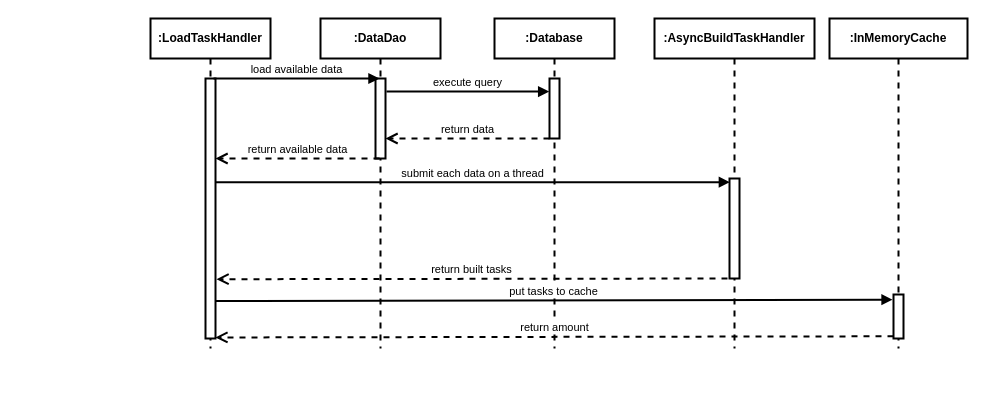
Above: page "Load Task" (1 of 4) of Untitled Diagram.drawio in minhtran-q/documents (draw.io), before the change. Source tidied: cells renumbered, new cells numbered last; positions are measured from the earlier drawing's top-left corner, leaving out a move shared by most shapes. Both pictures are drawn from the tidied source at 100%, with x=0, y=0 at pixel (150, 18).
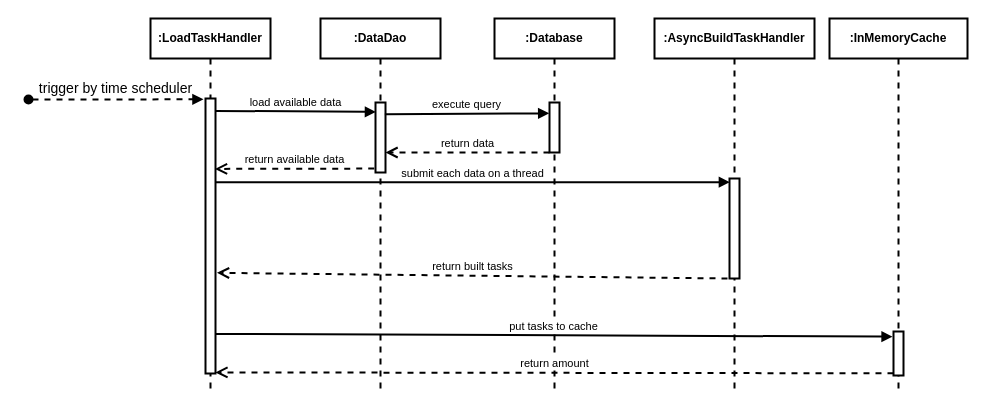
Above is the later version.

The change refers to these unchanged cells:
```xml
<mxCell id="7" style="html=1;points=[];perimeter=orthogonalPerimeter;strokeWidth=2;" parent="6" vertex="1">
  <mxGeometry x="75" y="160" width="10" height="100" as="geometry" />
</mxCell>
```

Diff of the diagram source:
```diff
@@
     <mxCell id="2" value=":LoadTaskHandler" style="shape=umlLifeline;perimeter=lifelinePerimeter;whiteSpace=wrap;html=1;strokeWidth=2;fontStyle=1;" parent="1" vertex="1">
-      <mxGeometry width="120" height="330" as="geometry" />
+      <mxGeometry width="120" height="370" as="geometry" />
     </mxCell>
     <mxCell id="3" style="html=1;points=[];perimeter=orthogonalPerimeter;strokeWidth=2;" parent="2" vertex="1">
-      <mxGeometry x="55" y="60" width="10" height="260" as="geometry" />
+      <mxGeometry x="55" y="80" width="10" height="275" as="geometry" />
     </mxCell>
+    <mxCell id="20" value="trigger by time scheduler" style="html=1;verticalAlign=bottom;startArrow=oval;endArrow=block;startSize=8;rounded=0;dashed=1;fontSize=14;strokeWidth=2;entryX=-0.204;entryY=0.003;entryDx=0;entryDy=0;entryPerimeter=0;" parent="2" edge="1" target="3">
+      <mxGeometry relative="1" as="geometry">
+        <mxPoint x="-122" y="81" as="sourcePoint" />
+      </mxGeometry>
+    </mxCell>
     <mxCell id="4" value=":DataDao" style="shape=umlLifeline;perimeter=lifelinePerimeter;whiteSpace=wrap;html=1;outlineConnect=0;strokeWidth=2;fontStyle=1;" parent="1" vertex="1">
-      <mxGeometry x="170" width="120" height="330" as="geometry" />
+      <mxGeometry x="170" width="120" height="370" as="geometry" />
     </mxCell>
     <mxCell id="5" style="html=1;points=[];perimeter=orthogonalPerimeter;strokeWidth=2;" parent="4" vertex="1">
-      <mxGeometry x="55" y="60" width="10" height="80" as="geometry" />
+      <mxGeometry x="55" y="84" width="10" height="70" as="geometry" />
     </mxCell>
     <mxCell id="6" value=":AsyncBuildTaskHandler" style="shape=umlLifeline;perimeter=lifelinePerimeter;whiteSpace=wrap;html=1;strokeWidth=2;fontStyle=1;" parent="1" vertex="1">
-      <mxGeometry x="504" width="160" height="330" as="geometry" />
+      <mxGeometry x="504" width="160" height="370" as="geometry" />
     </mxCell>
@@
     <mxCell id="8" value=":Database" style="shape=umlLifeline;perimeter=lifelinePerimeter;whiteSpace=wrap;html=1;strokeWidth=2;fontStyle=1;" parent="1" vertex="1">
-      <mxGeometry x="344" width="120" height="330" as="geometry" />
+      <mxGeometry x="344" width="120" height="370" as="geometry" />
     </mxCell>
     <mxCell id="9" style="html=1;points=[];perimeter=orthogonalPerimeter;strokeWidth=2;" parent="8" vertex="1">
-      <mxGeometry x="55" y="60" width="10" height="60" as="geometry" />
+      <mxGeometry x="55" y="84" width="10" height="50" as="geometry" />
     </mxCell>
-    <mxCell id="10" value="load available data" style="html=1;verticalAlign=bottom;endArrow=block;rounded=0;strokeWidth=2;" parent="1" edge="1" target="4">
-      <mxGeometry relative="1" as="geometry">
-        <mxPoint x="63" y="60" as="sourcePoint" />
-      </mxGeometry>
+    <mxCell id="10" value="load available data" style="html=1;verticalAlign=bottom;endArrow=block;rounded=0;strokeWidth=2;exitX=0.99;exitY=0.045;exitDx=0;exitDy=0;exitPerimeter=0;entryX=0.045;entryY=0.134;entryDx=0;entryDy=0;entryPerimeter=0;" parent="1" edge="1" source="3" target="5">
+      <mxGeometry relative="1" as="geometry" />
     </mxCell>
-    <mxCell id="11" value="execute query" style="html=1;verticalAlign=bottom;endArrow=block;rounded=0;entryX=-0.031;entryY=0.217;entryDx=0;entryDy=0;entryPerimeter=0;strokeWidth=2;" parent="1" edge="1" target="9">
-      <mxGeometry relative="1" as="geometry">
-        <mxPoint x="236" y="73" as="sourcePoint" />
-      </mxGeometry>
+    <mxCell id="11" value="execute query" style="html=1;verticalAlign=bottom;endArrow=block;rounded=0;entryX=-0.031;entryY=0.217;entryDx=0;entryDy=0;entryPerimeter=0;strokeWidth=2;exitX=0.94;exitY=0.169;exitDx=0;exitDy=0;exitPerimeter=0;" parent="1" edge="1" source="5" target="9">
+      <mxGeometry relative="1" as="geometry" />
     </mxCell>
@@
-    <mxCell id="13" value="return available data" style="html=1;verticalAlign=bottom;endArrow=open;dashed=1;endSize=8;rounded=0;strokeWidth=2;" parent="1" edge="1" source="4" target="3">
-      <mxGeometry relative="1" as="geometry">
-        <Array as="points">
-          <mxPoint x="178" y="140" />
-        </Array>
-      </mxGeometry>
+    <mxCell id="13" value="return available data" style="html=1;verticalAlign=bottom;endArrow=open;dashed=1;endSize=8;rounded=0;strokeWidth=2;exitX=-0.127;exitY=0.944;exitDx=0;exitDy=0;exitPerimeter=0;entryX=0.946;entryY=0.256;entryDx=0;entryDy=0;entryPerimeter=0;" parent="1" edge="1" source="5" target="3">
+      <mxGeometry relative="1" as="geometry" />
     </mxCell>
     <mxCell id="14" value=":InMemoryCache" style="shape=umlLifeline;perimeter=lifelinePerimeter;whiteSpace=wrap;html=1;strokeWidth=2;fontStyle=1;" parent="1" vertex="1">
-      <mxGeometry x="679" width="138" height="330" as="geometry" />
+      <mxGeometry x="679" width="138" height="370" as="geometry" />
     </mxCell>
     <mxCell id="15" style="html=1;points=[];perimeter=orthogonalPerimeter;strokeWidth=2;" parent="14" vertex="1">
-      <mxGeometry x="64" y="276" width="10" height="44" as="geometry" />
+      <mxGeometry x="64" y="313" width="10" height="44" as="geometry" />
     </mxCell>
@@
-    <mxCell id="17" value="return built tasks" style="html=1;verticalAlign=bottom;endArrow=open;dashed=1;endSize=8;rounded=0;exitX=-0.2;exitY=1;exitDx=0;exitDy=0;exitPerimeter=0;entryX=1.1;entryY=0.772;entryDx=0;entryDy=0;entryPerimeter=0;strokeWidth=2;" parent="1" edge="1" source="7" target="3">
+    <mxCell id="17" value="return built tasks" style="html=1;verticalAlign=bottom;endArrow=open;dashed=1;endSize=8;rounded=0;exitX=-0.2;exitY=1;exitDx=0;exitDy=0;exitPerimeter=0;strokeWidth=2;entryX=1.149;entryY=0.634;entryDx=0;entryDy=0;entryPerimeter=0;" parent="1" edge="1" source="7" target="3">
       <mxGeometry relative="1" as="geometry" />
     </mxCell>
```
